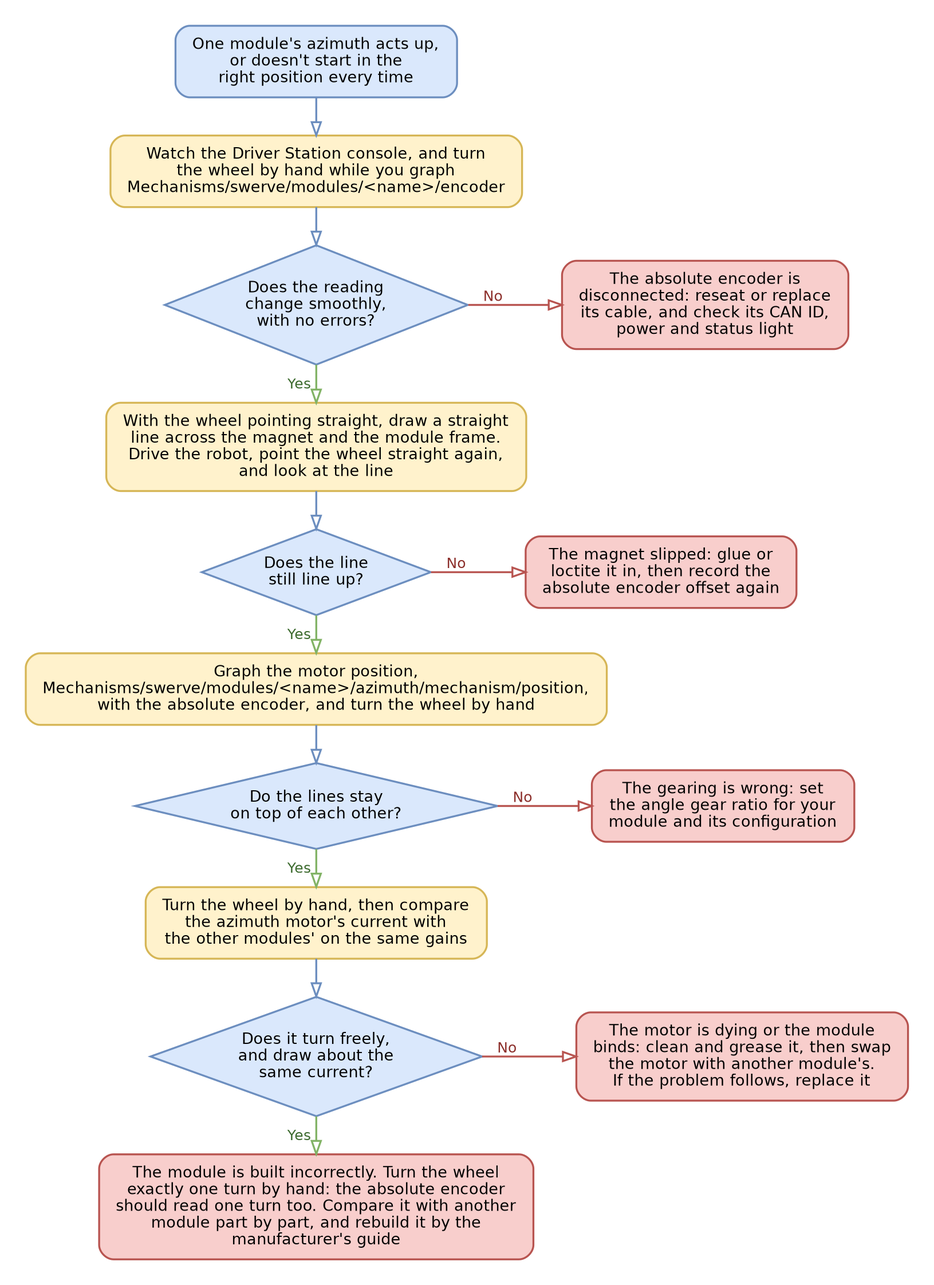
The Graphviz diagram .gitbook/assets/yagsl-flowchart-azimuth.png in Yet-Another-Software-Suite/YAGSL-gitbook, before a commit. Its source is kept beside it as .gitbook/assets/yagsl-flowchart-azimuth.dot.
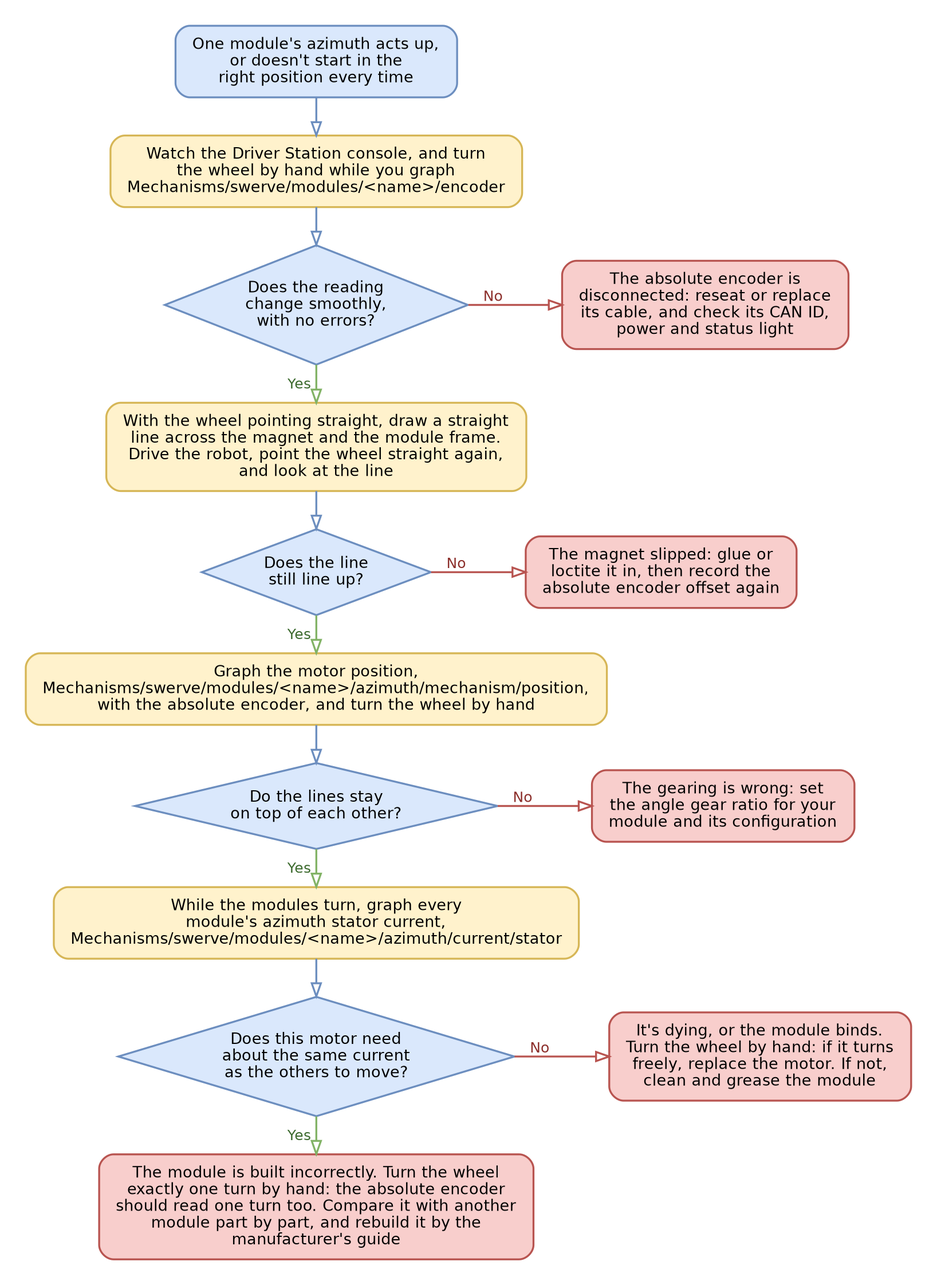
The same diagram one commit later.

Commit message:
Spot a dying motor by comparing its stator current with the other modules'

Change to the diagram source:
```diff
@@ -32,9 +32,16 @@
   h3 -> q3 [color="#6c8ebf", weight=10];
   q3 -> f3 [xlabel=" No ", color="#b85450", fontcolor="#8c2f2b"];
   q3 -> h4 [xlabel=" Yes ", color="#82b366", fontcolor="#3d6b2f", weight=10];
-  h4 [label="Turn the wheel by hand, then compare\nthe azimuth motor's current with\nthe other modules' on the same gains", shape=box, style="rounded,filled", fillcolor="#fff2cc", color="#d6b656"];
-  q4 [label="Does it turn freely,\nand draw about the\nsame current?", shape=diamond, style=filled, fillcolor="#dae8fc", color="#6c8ebf", margin="0.05,0.05"];
-  f4 [label="The motor is dying or the module\nbinds: clean and grease it, then swap\nthe motor with another module's.\nIf the problem follows, replace it", shape=box, style="rounded,filled", fillcolor="#f8cecc", color="#b85450"];
+  h4 [label="While the modules turn, graph every
+module's azimuth stator current,
+Mechanisms/swerve/modules/<name>/azimuth/current/stator", shape=box, style="rounded,filled", fillcolor="#fff2cc", color="#d6b656"];
+  q4 [label="Does this motor need
+about the same current
+as the others to move?", shape=diamond, style=filled, fillcolor="#dae8fc", color="#6c8ebf", margin="0.05,0.05"];
+  f4 [label="It's dying, or the module binds.
+Turn the wheel by hand: if it turns
+freely, replace the motor. If not,
+clean and grease the module", shape=box, style="rounded,filled", fillcolor="#f8cecc", color="#b85450"];
   {rank=same; q4; f4;}
   h4 -> q4 [color="#6c8ebf", weight=10];
   q4 -> f4 [xlabel=" No ", color="#b85450", fontcolor="#8c2f2b"];
```
